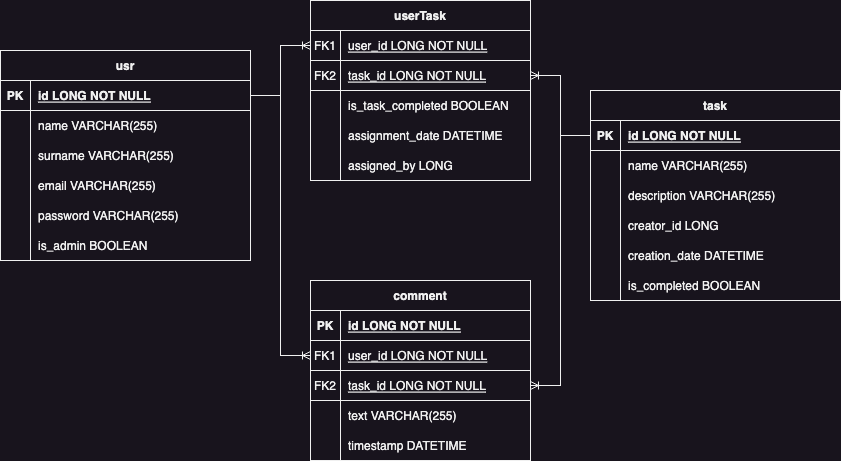
Above: docs/eer.png in mtimoxenko/media-workbench (draw.io), before the change. Source tidied: cells renumbered, new cells last; positions are measured from the earlier drawing's top-left corner, leaving out a move shared by most shapes.
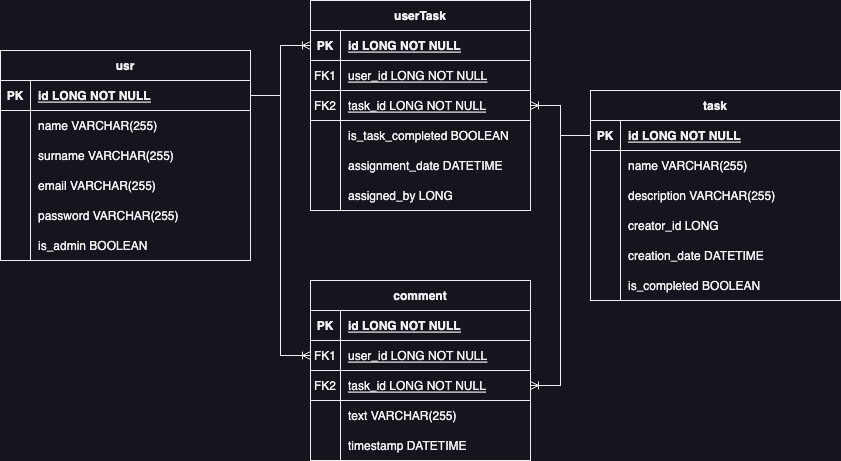
Above is the later version.

Change to the diagram source:
```diff
@@ -176,19 +176,28 @@
       <mxGeometry relative="1" as="geometry" />
     </mxCell>
     <mxCell id="59" value="userTask" style="shape=table;startSize=30;rowLines=0;fontStyle=1;align=center;" parent="1" vertex="1">
-      <mxGeometry x="310" width="220" height="180" as="geometry" />
+      <mxGeometry x="310" width="220" height="210" as="geometry" />
     </mxCell>
     <mxCell id="60" style="shape=partialRectangle;fillColor=none;top=0;left=0;right=0;bottom=1;" parent="59" vertex="1">
       <mxGeometry y="30" width="220" height="30" as="geometry" />
     </mxCell>
-    <mxCell id="61" value="FK1" style="shape=partialRectangle;overflow=hidden;fillColor=none;top=0;left=0;bottom=0;right=0;fontStyle=0;" parent="60" vertex="1">
+    <mxCell id="61" value="PK" style="shape=partialRectangle;overflow=hidden;fillColor=none;top=0;left=0;bottom=0;right=0;fontStyle=1;" parent="60" vertex="1">
       <mxGeometry width="30" height="30" as="geometry" />
     </mxCell>
-    <mxCell id="62" value="user_id LONG NOT NULL" style="shape=partialRectangle;overflow=hidden;fillColor=none;top=0;left=0;bottom=0;right=0;align=left;spacingLeft=6;fontStyle=4;" parent="60" vertex="1">
+    <mxCell id="62" value="id LONG NOT NULL" style="shape=partialRectangle;overflow=hidden;fillColor=none;top=0;left=0;bottom=0;right=0;align=left;spacingLeft=6;fontStyle=5;" parent="60" vertex="1">
       <mxGeometry x="30" width="190" height="30" as="geometry" />
     </mxCell>
+    <mxCell id="76" style="shape=partialRectangle;fillColor=none;top=0;left=0;right=0;bottom=1;" parent="59" vertex="1">
+      <mxGeometry y="60" width="220" height="30" as="geometry" />
+    </mxCell>
+    <mxCell id="77" value="FK1" style="shape=partialRectangle;overflow=hidden;fillColor=none;top=0;left=0;bottom=0;right=0;fontStyle=0;" parent="76" vertex="1">
+      <mxGeometry width="30" height="30" as="geometry" />
+    </mxCell>
+    <mxCell id="78" value="user_id LONG NOT NULL" style="shape=partialRectangle;overflow=hidden;fillColor=none;top=0;left=0;bottom=0;right=0;align=left;spacingLeft=6;fontStyle=4;" parent="76" vertex="1">
+      <mxGeometry x="30" width="190" height="30" as="geometry" />
+    </mxCell>
     <mxCell id="63" style="shape=partialRectangle;fillColor=none;points=[[0,0.5],[1,0.5]];portConstraint=eastwest;top=0;left=0;right=0;bottom=1;" parent="59" vertex="1">
-      <mxGeometry y="60" width="220" height="30" as="geometry" />
+      <mxGeometry y="90" width="220" height="30" as="geometry" />
     </mxCell>
     <mxCell id="64" value="FK2" style="shape=partialRectangle;overflow=hidden;fillColor=none;top=0;left=0;bottom=0;right=0;fontStyle=0;" parent="63" vertex="1">
       <mxGeometry width="30" height="30" as="geometry" />
@@ -197,7 +206,7 @@
       <mxGeometry x="30" width="190" height="30" as="geometry" />
     </mxCell>
     <mxCell id="66" style="shape=partialRectangle;fillColor=none;top=0;left=0;right=0;bottom=0;" parent="59" vertex="1">
-      <mxGeometry y="90" width="220" height="30" as="geometry" />
+      <mxGeometry y="120" width="220" height="30" as="geometry" />
     </mxCell>
     <mxCell id="67" style="shape=partialRectangle;overflow=hidden;fillColor=none;top=0;left=0;bottom=0;right=0;" parent="66" vertex="1">
       <mxGeometry width="30" height="30" as="geometry" />
@@ -206,7 +215,7 @@
       <mxGeometry x="30" width="190" height="30" as="geometry" />
     </mxCell>
     <mxCell id="69" style="shape=partialRectangle;fillColor=none;top=0;left=0;right=0;bottom=0;" parent="59" vertex="1">
-      <mxGeometry y="120" width="220" height="30" as="geometry" />
+      <mxGeometry y="150" width="220" height="30" as="geometry" />
     </mxCell>
     <mxCell id="70" style="shape=partialRectangle;overflow=hidden;fillColor=none;top=0;left=0;bottom=0;right=0;" parent="69" vertex="1">
       <mxGeometry width="30" height="30" as="geometry" />
@@ -215,7 +224,7 @@
       <mxGeometry x="30" width="190" height="30" as="geometry" />
     </mxCell>
     <mxCell id="72" style="shape=partialRectangle;fillColor=none;top=0;left=0;right=0;bottom=0;" parent="59" vertex="1">
-      <mxGeometry y="150" width="220" height="30" as="geometry" />
+      <mxGeometry y="180" width="220" height="30" as="geometry" />
     </mxCell>
     <mxCell id="73" style="shape=partialRectangle;overflow=hidden;fillColor=none;top=0;left=0;bottom=0;right=0;" parent="72" vertex="1">
       <mxGeometry width="30" height="30" as="geometry" />
```
